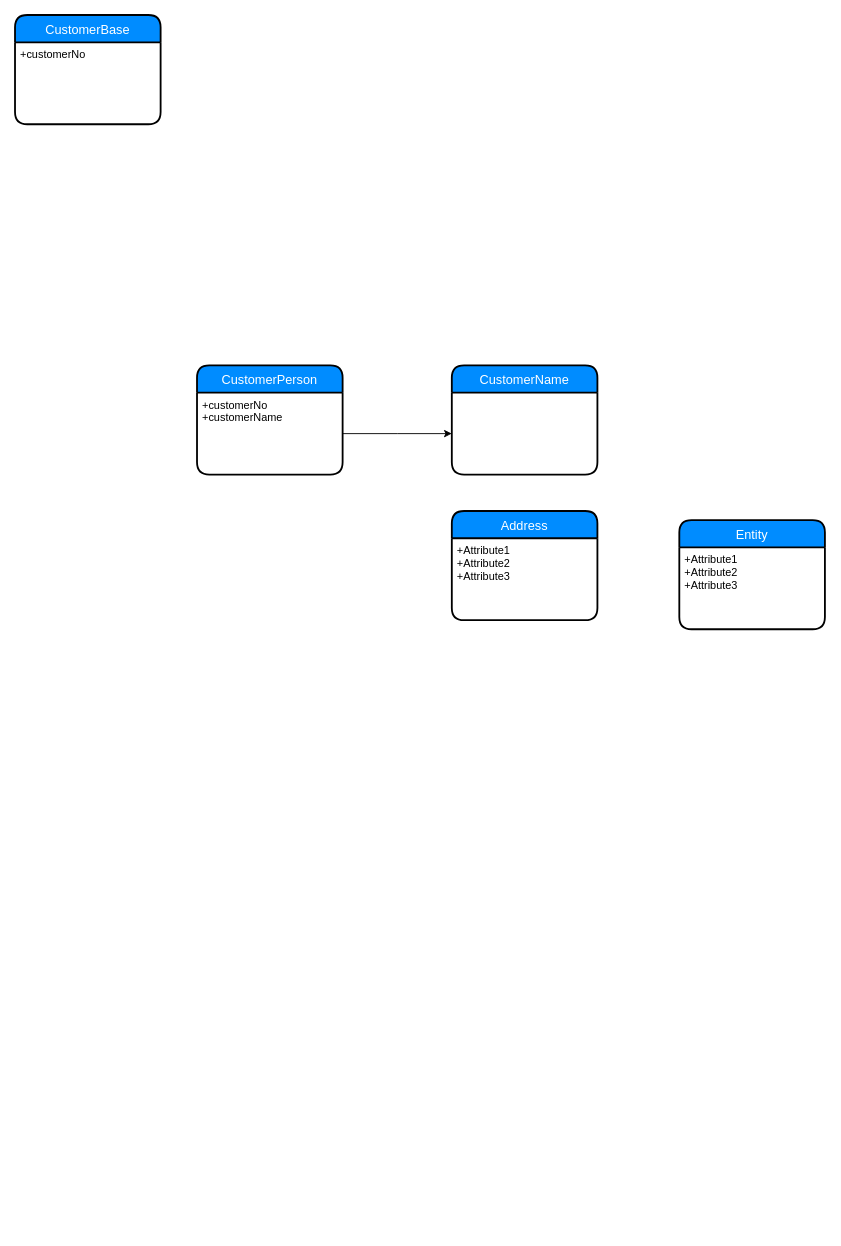
The draw.io diagram page "第 7 页" (7 of 7) of 核心前置系统.drawio in sam1982/draw, before the edit. Source tidied: cells renumbered, new cells numbered last; positions are measured from the earlier drawing's top-left corner, leaving out a move shared by most shapes. Both pictures are drawn from the tidied source at 91%, with x=0, y=0 at pixel (15, 15).
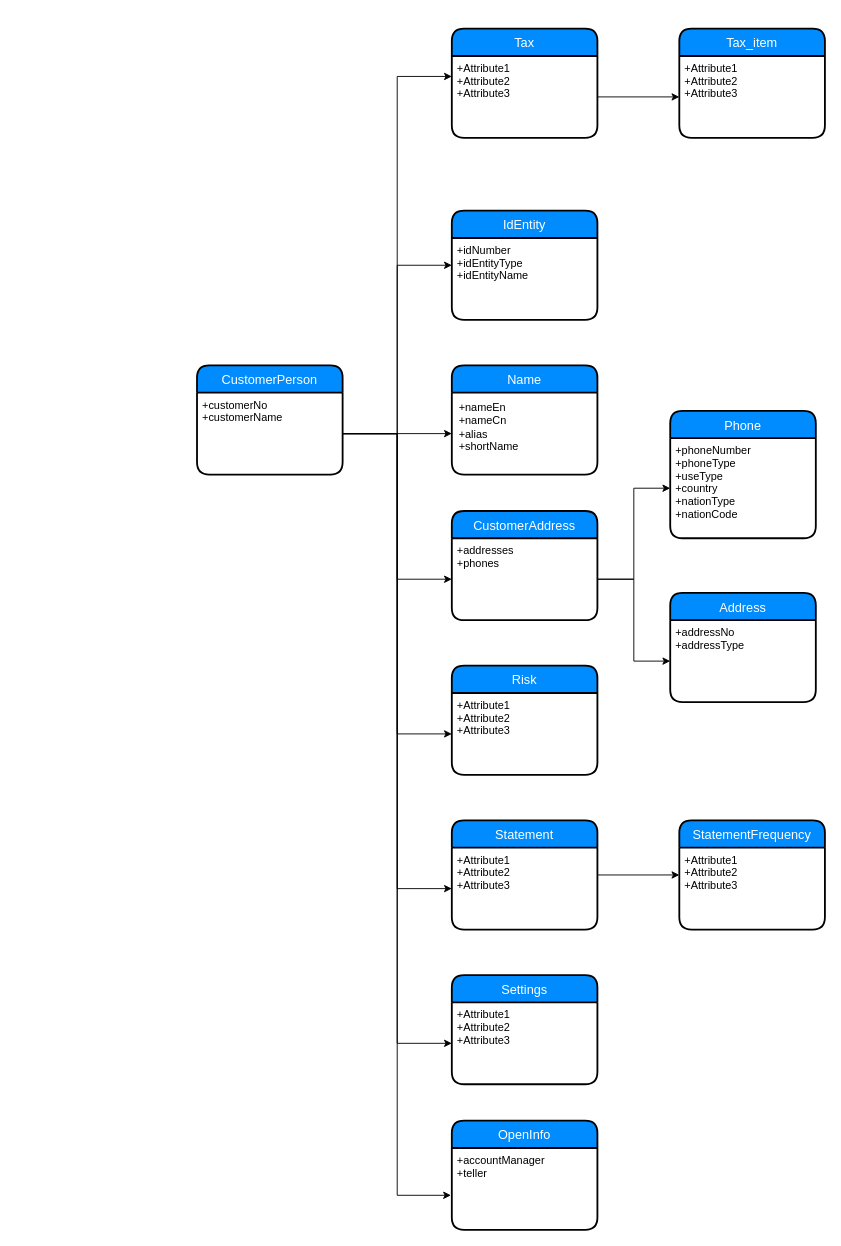
After the change.

Commit message (it also covers changes not shown here):
更新核心前置系统.drawio

The change refers to these unchanged cells:
```xml
<mxCell id="7" value="+customerNo&#10;+customerName&#10;" style="align=left;strokeColor=none;fillColor=none;spacingLeft=4;fontSize=12;verticalAlign=top;" parent="6" vertex="1">
  <mxGeometry y="30" width="160" height="90" as="geometry" />
</mxCell>
```

The edit, as a diff of the source:
```diff
@@
-    <mxCell id="2" value="CustomerName" style="swimlane;horizontal=1;startSize=30;fillColor=#008cff;fontColor=#FFFFFF;rounded=1;fontSize=14;fontStyle=0;strokeWidth=2;shadow=0;dashed=0;align=center;" parent="1" vertex="1">
+    <mxCell id="2" value="Name" style="swimlane;horizontal=1;startSize=30;fillColor=#008cff;fontColor=#FFFFFF;rounded=1;fontSize=14;fontStyle=0;strokeWidth=2;shadow=0;dashed=0;align=center;" parent="1" vertex="1">
       <mxGeometry x="480" y="385" width="160" height="120" as="geometry" />
     </mxCell>
-    <mxCell id="3" value="CustomerBase" style="swimlane;horizontal=1;startSize=30;fillColor=#008cff;fontColor=#FFFFFF;rounded=1;fontSize=14;fontStyle=0;strokeWidth=2;shadow=0;dashed=0;align=center;" parent="1" vertex="1">
-      <mxGeometry width="160" height="120" as="geometry" />
-    </mxCell>
-    <mxCell id="4" value="+customerNo" style="align=left;strokeColor=none;fillColor=none;spacingLeft=4;fontSize=12;verticalAlign=top;" parent="3" vertex="1">
-      <mxGeometry y="30" width="160" height="90" as="geometry" />
-    </mxCell>
@@
-    <mxCell id="8" value="Address" style="swimlane;horizontal=1;startSize=30;fillColor=#008cff;fontColor=#FFFFFF;rounded=1;fontSize=14;fontStyle=0;strokeWidth=2;shadow=0;dashed=0;align=center;" parent="1" vertex="1">
+    <mxCell id="8" value="CustomerAddress" style="swimlane;horizontal=1;startSize=30;fillColor=#008cff;fontColor=#FFFFFF;rounded=1;fontSize=14;fontStyle=0;strokeWidth=2;shadow=0;dashed=0;align=center;" parent="1" vertex="1">
       <mxGeometry x="480" y="545" width="160" height="120" as="geometry" />
     </mxCell>
-    <mxCell id="9" value="+Attribute1&#10;+Attribute2&#10;+Attribute3" style="align=left;strokeColor=none;fillColor=none;spacingLeft=4;fontSize=12;verticalAlign=top;" parent="8" vertex="1">
+    <mxCell id="9" value="+addresses&#10;+phones&#10;" style="align=left;strokeColor=none;fillColor=none;spacingLeft=4;fontSize=12;verticalAlign=top;" parent="8" vertex="1">
       <mxGeometry y="30" width="160" height="90" as="geometry" />
     </mxCell>
-    <mxCell id="10" value="Entity" style="swimlane;horizontal=1;startSize=30;fillColor=#008cff;fontColor=#FFFFFF;rounded=1;fontSize=14;fontStyle=0;strokeWidth=2;shadow=0;dashed=0;align=center;" parent="1" vertex="1">
-      <mxGeometry x="730" y="555" width="160" height="120" as="geometry" />
+    <mxCell id="10" value="Phone" style="swimlane;horizontal=1;startSize=30;fillColor=#008cff;fontColor=#FFFFFF;rounded=1;fontSize=14;fontStyle=0;strokeWidth=2;shadow=0;dashed=0;align=center;" parent="1" vertex="1">
+      <mxGeometry x="720" y="435" width="160" height="140" as="geometry" />
     </mxCell>
-    <mxCell id="11" value="+Attribute1&#10;+Attribute2&#10;+Attribute3" style="align=left;strokeColor=none;fillColor=none;spacingLeft=4;fontSize=12;verticalAlign=top;" parent="10" vertex="1">
-      <mxGeometry y="30" width="160" height="90" as="geometry" />
+    <mxCell id="11" value="+phoneNumber&#10;+phoneType&#10;+useType&#10;+country&#10;+nationType&#10;+nationCode&#10;" style="align=left;strokeColor=none;fillColor=none;spacingLeft=4;fontSize=12;verticalAlign=top;" parent="10" vertex="1">
+      <mxGeometry y="30" width="160" height="110" as="geometry" />
     </mxCell>
+    <mxCell id="12" value="&lt;div&gt;+nameEn&lt;/div&gt;&lt;div&gt;+nameCn&lt;br&gt;&lt;/div&gt;&lt;div&gt;+alias&lt;/div&gt;&lt;div&gt;+shortName&lt;br&gt;&lt;/div&gt;&lt;div&gt;&lt;br&gt;&lt;/div&gt;" style="text;html=1;align=left;verticalAlign=top;spacingTop=-4;" parent="1" vertex="1">
+      <mxGeometry x="486" y="422" width="80" height="70" as="geometry" />
+    </mxCell>
+    <mxCell id="13" style="edgeStyle=orthogonalEdgeStyle;rounded=0;jettySize=auto;html=1;entryX=0;entryY=0.5;entryDx=0;entryDy=0;" parent="1" edge="1" source="9" target="11">
+      <mxGeometry relative="1" as="geometry" />
+    </mxCell>
+    <mxCell id="14" style="edgeStyle=orthogonalEdgeStyle;rounded=0;jettySize=auto;html=1;entryX=0;entryY=0.5;entryDx=0;entryDy=0;" parent="1" edge="1" source="7" target="9">
+      <mxGeometry relative="1" as="geometry" />
+    </mxCell>
+    <mxCell id="15" value="IdEntity" style="swimlane;horizontal=1;startSize=30;fillColor=#008cff;fontColor=#FFFFFF;rounded=1;fontSize=14;fontStyle=0;strokeWidth=2;shadow=0;dashed=0;align=center;" parent="1" vertex="1">
+      <mxGeometry x="480" y="215" width="160" height="120" as="geometry" />
+    </mxCell>
+    <mxCell id="16" value="+idNumber&#10;+idEntityType&#10;+idEntityName&#10;" style="align=left;strokeColor=none;fillColor=none;spacingLeft=4;fontSize=12;verticalAlign=top;" parent="15" vertex="1">
+      <mxGeometry y="30" width="160" height="90" as="geometry" />
+    </mxCell>
+    <mxCell id="17" value="Risk" style="swimlane;horizontal=1;startSize=30;fillColor=#008cff;fontColor=#FFFFFF;rounded=1;fontSize=14;fontStyle=0;strokeWidth=2;shadow=0;dashed=0;align=center;" parent="1" vertex="1">
+      <mxGeometry x="480" y="715" width="160" height="120" as="geometry" />
+    </mxCell>
+    <mxCell id="18" value="+Attribute1&#10;+Attribute2&#10;+Attribute3" style="align=left;strokeColor=none;fillColor=none;spacingLeft=4;fontSize=12;verticalAlign=top;" parent="17" vertex="1">
+      <mxGeometry y="30" width="160" height="90" as="geometry" />
+    </mxCell>
+    <mxCell id="19" style="edgeStyle=orthogonalEdgeStyle;rounded=0;jettySize=auto;html=1;" parent="1" edge="1" source="20" target="22">
+      <mxGeometry relative="1" as="geometry" />
+    </mxCell>
+    <mxCell id="20" value="Statement" style="swimlane;horizontal=1;startSize=30;fillColor=#008cff;fontColor=#FFFFFF;rounded=1;fontSize=14;fontStyle=0;strokeWidth=2;shadow=0;dashed=0;align=center;" parent="1" vertex="1">
+      <mxGeometry x="480" y="885" width="160" height="120" as="geometry" />
+    </mxCell>
+    <mxCell id="21" value="+Attribute1&#10;+Attribute2&#10;+Attribute3" style="align=left;strokeColor=none;fillColor=none;spacingLeft=4;fontSize=12;verticalAlign=top;" parent="20" vertex="1">
+      <mxGeometry y="30" width="160" height="90" as="geometry" />
+    </mxCell>
+    <mxCell id="22" value="StatementFrequency" style="swimlane;horizontal=1;startSize=30;fillColor=#008cff;fontColor=#FFFFFF;rounded=1;fontSize=14;fontStyle=0;strokeWidth=2;shadow=0;dashed=0;align=center;" parent="1" vertex="1">
+      <mxGeometry x="730" y="885" width="160" height="120" as="geometry" />
+    </mxCell>
+    <mxCell id="23" value="+Attribute1&#10;+Attribute2&#10;+Attribute3" style="align=left;strokeColor=none;fillColor=none;spacingLeft=4;fontSize=12;verticalAlign=top;" parent="22" vertex="1">
+      <mxGeometry y="30" width="160" height="90" as="geometry" />
+    </mxCell>
+    <mxCell id="24" style="edgeStyle=orthogonalEdgeStyle;rounded=0;jettySize=auto;html=1;entryX=0;entryY=0.5;entryDx=0;entryDy=0;" parent="1" edge="1" source="7" target="18">
+      <mxGeometry relative="1" as="geometry" />
+    </mxCell>
+    <mxCell id="25" style="edgeStyle=orthogonalEdgeStyle;rounded=0;jettySize=auto;html=1;entryX=0;entryY=0.5;entryDx=0;entryDy=0;" parent="1" edge="1" source="7" target="21">
+      <mxGeometry relative="1" as="geometry" />
+    </mxCell>
+    <mxCell id="26" value="Settings" style="swimlane;horizontal=1;startSize=30;fillColor=#008cff;fontColor=#FFFFFF;rounded=1;fontSize=14;fontStyle=0;strokeWidth=2;shadow=0;dashed=0;align=center;" parent="1" vertex="1">
+      <mxGeometry x="480" y="1055" width="160" height="120" as="geometry" />
+    </mxCell>
+    <mxCell id="27" value="+Attribute1&#10;+Attribute2&#10;+Attribute3" style="align=left;strokeColor=none;fillColor=none;spacingLeft=4;fontSize=12;verticalAlign=top;" parent="26" vertex="1">
+      <mxGeometry y="30" width="160" height="90" as="geometry" />
+    </mxCell>
+    <mxCell id="28" value="Address" style="swimlane;horizontal=1;startSize=30;fillColor=#008cff;fontColor=#FFFFFF;rounded=1;fontSize=14;fontStyle=0;strokeWidth=2;shadow=0;dashed=0;align=center;" parent="1" vertex="1">
+      <mxGeometry x="720" y="635" width="160" height="120" as="geometry" />
+    </mxCell>
+    <mxCell id="29" value="+addressNo&#10;+addressType&#10;" style="align=left;strokeColor=none;fillColor=none;spacingLeft=4;fontSize=12;verticalAlign=top;" parent="28" vertex="1">
+      <mxGeometry y="30" width="160" height="90" as="geometry" />
+    </mxCell>
+    <mxCell id="30" value="Tax" style="swimlane;horizontal=1;startSize=30;fillColor=#008cff;fontColor=#FFFFFF;rounded=1;fontSize=14;fontStyle=0;strokeWidth=2;shadow=0;dashed=0;align=center;" parent="1" vertex="1">
+      <mxGeometry x="480" y="15" width="160" height="120" as="geometry" />
+    </mxCell>
+    <mxCell id="31" value="+Attribute1&#10;+Attribute2&#10;+Attribute3" style="align=left;strokeColor=none;fillColor=none;spacingLeft=4;fontSize=12;verticalAlign=top;" parent="30" vertex="1">
+      <mxGeometry y="30" width="160" height="90" as="geometry" />
+    </mxCell>
+    <mxCell id="32" value="Tax_item" style="swimlane;horizontal=1;startSize=30;fillColor=#008cff;fontColor=#FFFFFF;rounded=1;fontSize=14;fontStyle=0;strokeWidth=2;shadow=0;dashed=0;align=center;" parent="1" vertex="1">
+      <mxGeometry x="730" y="15" width="160" height="120" as="geometry" />
+    </mxCell>
+    <mxCell id="33" value="+Attribute1&#10;+Attribute2&#10;+Attribute3" style="align=left;strokeColor=none;fillColor=none;spacingLeft=4;fontSize=12;verticalAlign=top;" parent="32" vertex="1">
+      <mxGeometry y="30" width="160" height="90" as="geometry" />
+    </mxCell>
+    <mxCell id="34" style="edgeStyle=orthogonalEdgeStyle;rounded=0;jettySize=auto;html=1;" parent="1" edge="1" source="9" target="29">
+      <mxGeometry relative="1" as="geometry" />
+    </mxCell>
+    <mxCell id="35" value="OpenInfo" style="swimlane;horizontal=1;startSize=30;fillColor=#008cff;fontColor=#FFFFFF;rounded=1;fontSize=14;fontStyle=0;strokeWidth=2;shadow=0;dashed=0;align=center;" parent="1" vertex="1">
+      <mxGeometry x="480" y="1215" width="160" height="120" as="geometry" />
+    </mxCell>
+    <mxCell id="36" value="+accountManager&#10;+teller&#10;" style="align=left;strokeColor=none;fillColor=none;spacingLeft=4;fontSize=12;verticalAlign=top;" parent="35" vertex="1">
+      <mxGeometry y="30" width="160" height="90" as="geometry" />
+    </mxCell>
+    <mxCell id="37" style="edgeStyle=orthogonalEdgeStyle;rounded=0;jettySize=auto;html=1;entryX=0;entryY=0.5;entryDx=0;entryDy=0;" parent="1" edge="1" source="7" target="27">
+      <mxGeometry relative="1" as="geometry" />
+    </mxCell>
+    <mxCell id="38" style="edgeStyle=orthogonalEdgeStyle;rounded=0;jettySize=auto;html=1;entryX=-0.006;entryY=0.578;entryDx=0;entryDy=0;entryPerimeter=0;" parent="1" edge="1" source="7" target="36">
+      <mxGeometry relative="1" as="geometry" />
+    </mxCell>
+    <mxCell id="39" style="edgeStyle=orthogonalEdgeStyle;rounded=0;jettySize=auto;html=1;entryX=0;entryY=0.5;entryDx=0;entryDy=0;" parent="1" edge="1" source="7" target="15">
+      <mxGeometry relative="1" as="geometry" />
+    </mxCell>
+    <mxCell id="40" style="edgeStyle=orthogonalEdgeStyle;rounded=0;jettySize=auto;html=1;entryX=0;entryY=0.25;entryDx=0;entryDy=0;" parent="1" edge="1" source="7" target="31">
+      <mxGeometry relative="1" as="geometry" />
+    </mxCell>
+    <mxCell id="41" style="edgeStyle=orthogonalEdgeStyle;rounded=0;jettySize=auto;html=1;" parent="1" edge="1" source="31" target="33">
+      <mxGeometry relative="1" as="geometry" />
+    </mxCell>
```
